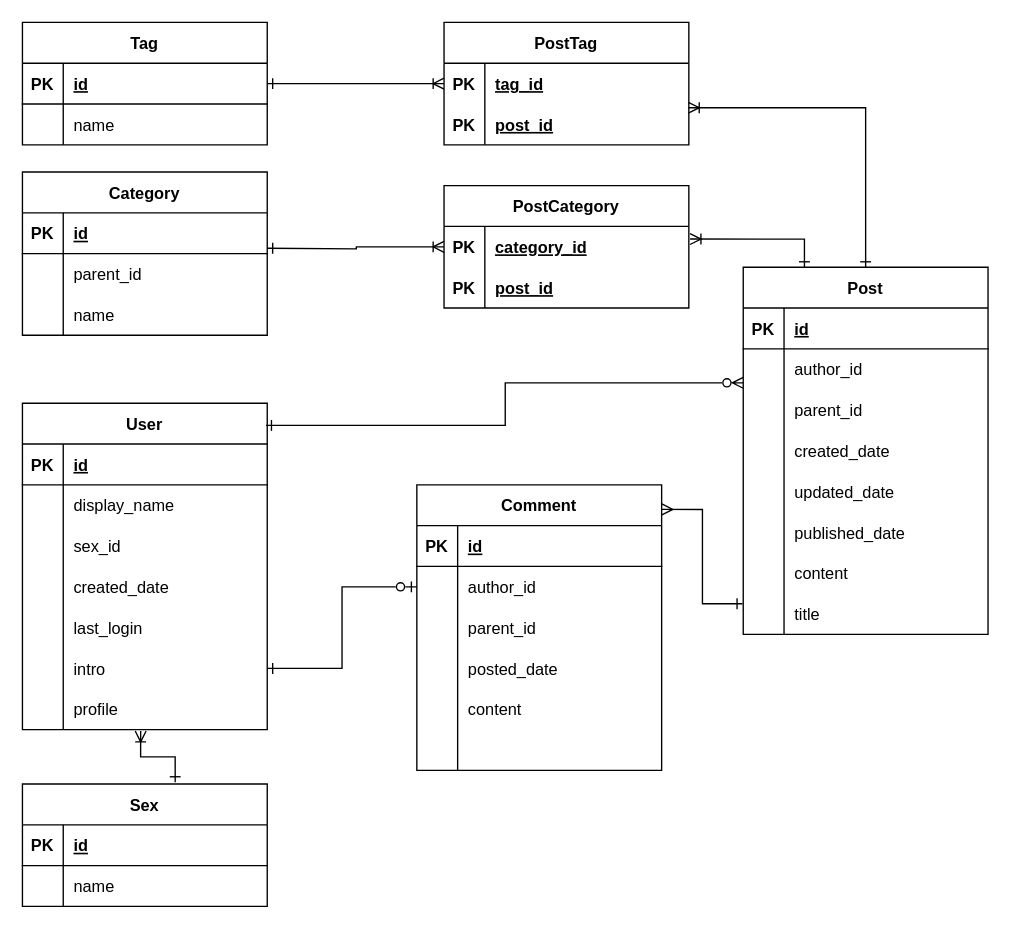
Before: Diagram/ERD.drawio in HT-Dat/BlogSite_Server, a draw.io diagram. Source tidied: cells renumbered, new cells numbered last; positions are measured from the earlier drawing's top-left corner, leaving out a move shared by most shapes. Both pictures are drawn from the tidied source at 136%, with x=0, y=0 at pixel (22, 22).
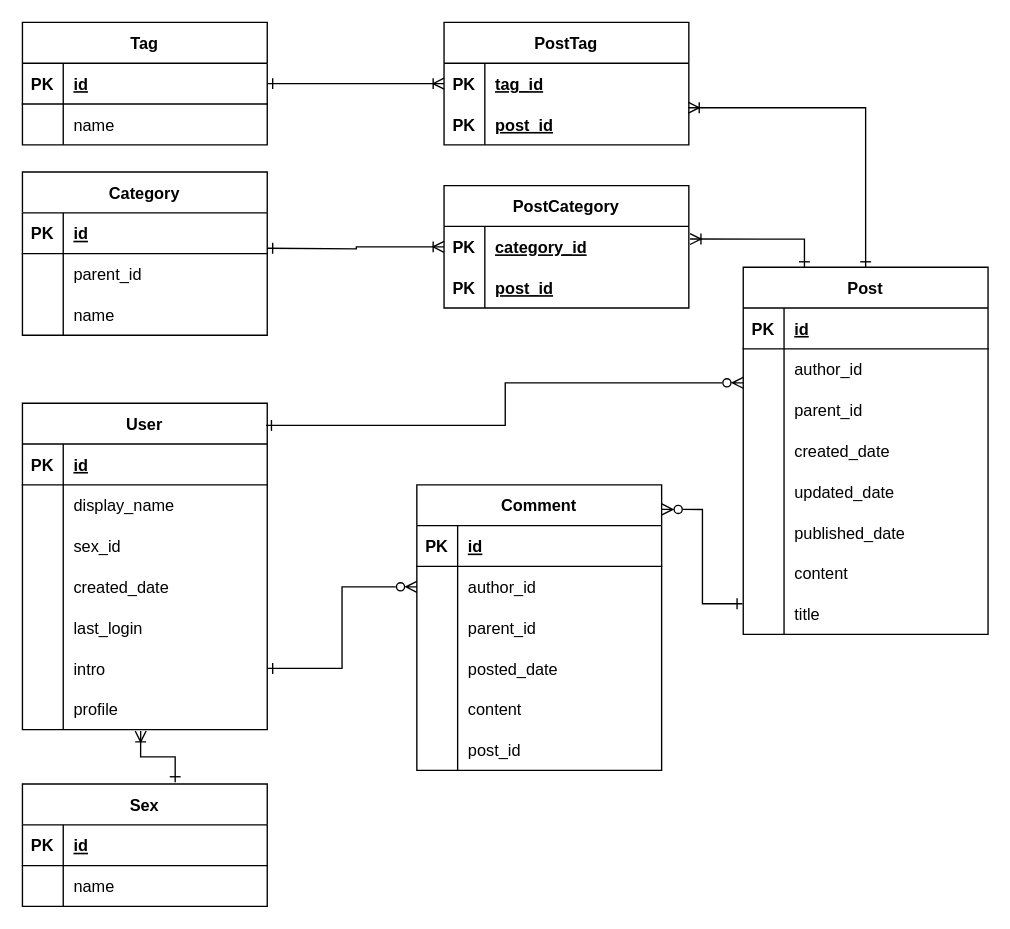
Above is the later version.

Commit message:
Fix relation between User, Comment and Post table

The change refers to these unchanged cells:
```xml
<mxCell id="18" style="shape=tableRow;horizontal=0;startSize=0;swimlaneHead=0;swimlaneBody=0;fillColor=none;points=[[0,0.5],[1,0.5]];portConstraint=eastwest;top=0;left=0;right=0;bottom=0;" parent="2" vertex="1">
  <mxGeometry y="180" width="180" height="30" as="geometry" />
</mxCell>
<mxCell id="46" style="shape=tableRow;horizontal=0;startSize=0;swimlaneHead=0;swimlaneBody=0;fillColor=none;points=[[0,0.5],[1,0.5]];portConstraint=eastwest;top=0;left=0;right=0;bottom=0;" parent="24" vertex="1">
  <mxGeometry y="240" width="180" height="30" as="geometry" />
</mxCell>
<mxCell id="49" value="Comment" style="shape=table;startSize=30;childLayout=tableLayout;rowLines=0;fontStyle=1;align=center;" parent="1" vertex="1">
  <mxGeometry x="290" y="340" width="180" height="210" as="geometry" />
</mxCell>
<mxCell id="53" style="shape=tableRow;horizontal=0;startSize=0;swimlaneHead=0;swimlaneBody=0;fillColor=none;points=[[0,0.5],[1,0.5]];portConstraint=eastwest;top=0;left=0;right=0;bottom=0;" parent="49" vertex="1">
  <mxGeometry y="60" width="180" height="30" as="geometry" />
</mxCell>
<mxCell id="65" style="shape=tableRow;horizontal=0;startSize=0;swimlaneHead=0;swimlaneBody=0;fillColor=none;top=0;left=0;right=0;bottom=0;" parent="49" vertex="1">
  <mxGeometry y="180" width="180" height="30" as="geometry" />
</mxCell>
```

The edit, as a diff of the source:
```diff
@@
-    <mxCell id="67" style="shape=partialRectangle;fillColor=none;top=0;left=0;bottom=0;right=0;align=left;spacingLeft=6;overflow=hidden;" parent="65" vertex="1">
+    <mxCell id="67" value="post_id" style="shape=partialRectangle;fillColor=none;top=0;left=0;bottom=0;right=0;align=left;spacingLeft=6;overflow=hidden;" parent="65" vertex="1">
       <mxGeometry x="30" width="150" height="30" as="geometry" />
     </mxCell>
@@
-    <mxCell id="93" style="endArrow=ERone;html=1;rounded=0;exitX=1.001;exitY=0.086;exitDx=0;exitDy=0;entryX=-0.003;entryY=0.247;entryDx=0;entryDy=0;entryPerimeter=0;edgeStyle=orthogonalEdgeStyle;startArrow=ERmany;startFill=0;endFill=0;exitPerimeter=0;" parent="1" edge="1" source="49" target="46">
+    <mxCell id="93" style="endArrow=ERone;html=1;rounded=0;exitX=1.001;exitY=0.086;exitDx=0;exitDy=0;entryX=-0.003;entryY=0.247;entryDx=0;entryDy=0;entryPerimeter=0;edgeStyle=orthogonalEdgeStyle;startArrow=ERzeroToMany;startFill=0;endFill=0;exitPerimeter=0;" parent="1" edge="1" source="49" target="46">
       <mxGeometry relative="1" as="geometry" />
     </mxCell>
-    <mxCell id="94" style="endArrow=ERone;html=1;rounded=0;exitX=0;exitY=0.5;exitDx=0;exitDy=0;edgeStyle=orthogonalEdgeStyle;startArrow=ERzeroToOne;startFill=0;endFill=0;" parent="1" edge="1" source="53" target="18">
+    <mxCell id="94" style="endArrow=ERone;html=1;rounded=0;exitX=0;exitY=0.5;exitDx=0;exitDy=0;edgeStyle=orthogonalEdgeStyle;startArrow=ERzeroToMany;startFill=0;endFill=0;" parent="1" edge="1" source="53" target="18">
       <mxGeometry relative="1" as="geometry" />
     </mxCell>
```
